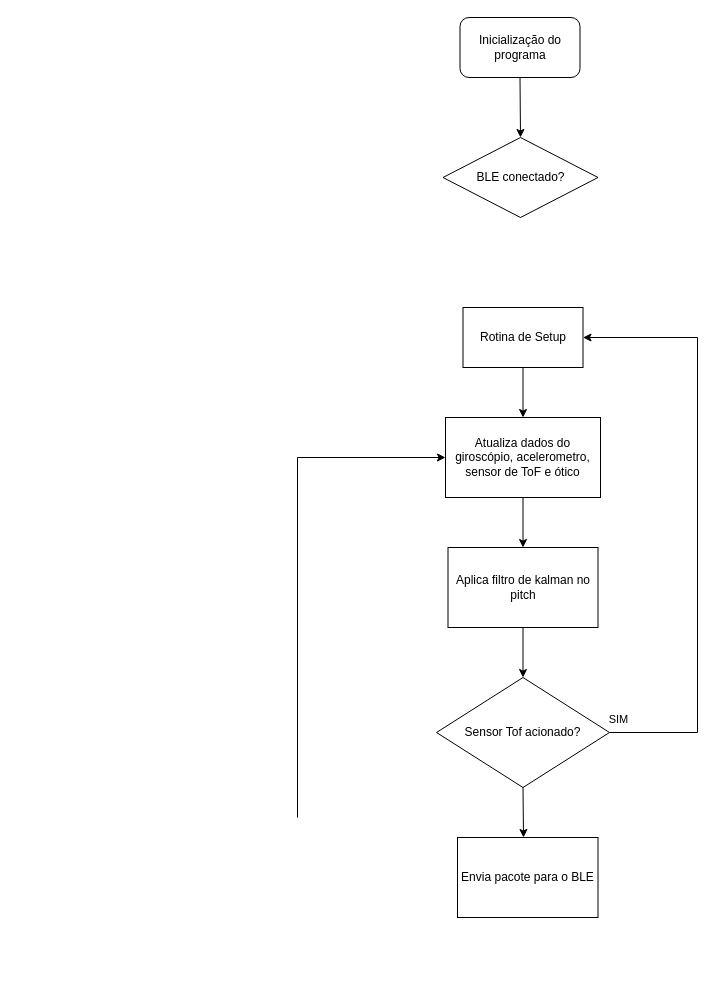
This is fluxograma.drawio from SlinkKnight/TCC, a draw.io file, before an edit. Source tidied: cells renumbered, new cells numbered last; positions are measured from the earlier drawing's top-left corner, leaving out a move shared by most shapes. Both pictures are drawn from the tidied source at 100%, with x=0, y=0 at pixel (297, 17).
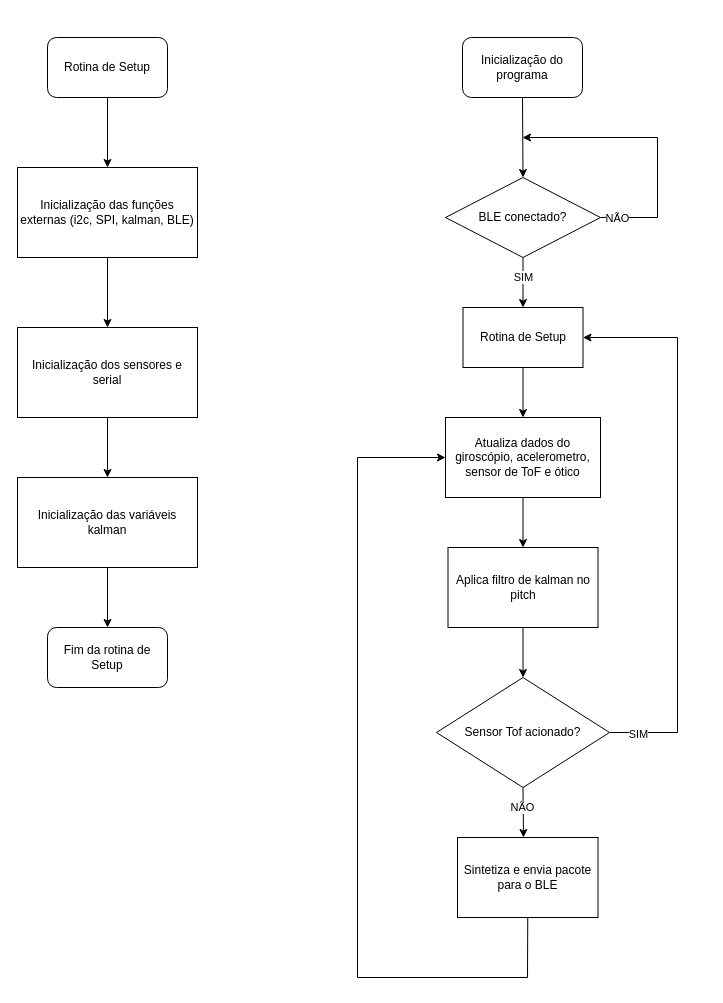
The same diagram, later.

The change refers to these unchanged cells:
```xml
<mxCell id="3" value="Rotina de Setup" style="rounded=0;whiteSpace=wrap;html=1;labelBackgroundColor=none;" parent="1" vertex="1">
  <mxGeometry x="165.5" y="290" width="120" height="60" as="geometry" />
</mxCell>
<mxCell id="5" value="&lt;div&gt;Atualiza dados do giroscópio, acelerometro, sensor de ToF e ótico&lt;/div&gt;" style="rounded=0;whiteSpace=wrap;html=1;labelBackgroundColor=none;" parent="1" vertex="1">
  <mxGeometry x="148" y="400" width="155" height="80" as="geometry" />
</mxCell>
<mxCell id="10" value="Sensor Tof acionado?" style="rhombus;whiteSpace=wrap;html=1;labelBackgroundColor=none;" parent="1" vertex="1">
  <mxGeometry x="139" y="660" width="173" height="110" as="geometry" />
</mxCell>
```

Change to the diagram source:
```diff
@@
     <mxCell id="2" value="Inicialização do programa" style="rounded=1;whiteSpace=wrap;html=1;labelBackgroundColor=none;" parent="1" vertex="1">
-      <mxGeometry x="162.5" width="120" height="60" as="geometry" />
+      <mxGeometry x="165" y="20" width="120" height="60" as="geometry" />
     </mxCell>
@@
-    <mxCell id="4" style="endArrow=classic;html=1;rounded=0;exitX=0.5;exitY=1;exitDx=0;exitDy=0;labelBackgroundColor=none;fontColor=default;entryX=0.5;entryY=0;entryDx=0;entryDy=0;" parent="1" edge="1" source="2" target="16">
-      <mxGeometry relative="1" as="geometry" />
-    </mxCell>
@@
-    <mxCell id="11" style="endArrow=classic;html=1;rounded=0;entryX=0;entryY=0.5;entryDx=0;entryDy=0;labelBackgroundColor=none;fontColor=default;" parent="1" edge="1" target="5">
+    <mxCell id="11" style="endArrow=classic;html=1;rounded=0;entryX=0;entryY=0.5;entryDx=0;entryDy=0;labelBackgroundColor=none;fontColor=default;exitX=0.5;exitY=1;exitDx=0;exitDy=0;" parent="1" edge="1" source="15" target="5">
       <mxGeometry relative="1" as="geometry">
-        <mxPoint y="800" as="sourcePoint" />
         <Array as="points">
-          <mxPoint y="440" />
+          <mxPoint x="230" y="960" />
+          <mxPoint x="60" y="960" />
+          <mxPoint x="60" y="440" />
         </Array>
       </mxGeometry>
     </mxCell>
     <mxCell id="12" style="endArrow=classic;html=1;rounded=0;exitX=1;exitY=0.5;exitDx=0;exitDy=0;labelBackgroundColor=none;fontColor=default;entryX=1;entryY=0.5;entryDx=0;entryDy=0;" parent="1" edge="1" source="10" target="3">
       <mxGeometry relative="1" as="geometry">
         <Array as="points">
-          <mxPoint x="400" y="715" />
-          <mxPoint x="400" y="320" />
+          <mxPoint x="380" y="715" />
+          <mxPoint x="380" y="320" />
         </Array>
       </mxGeometry>
     </mxCell>
-    <mxCell id="13" value="SIM" style="edgeLabel;html=1;align=center;verticalAlign=middle;labelBackgroundColor=none;" parent="12" vertex="1">
+    <mxCell id="13" value="SIM" style="edgeLabel;html=1;align=center;verticalAlign=middle;" parent="12" vertex="1">
       <mxGeometry x="0.26" y="-3" relative="1" as="geometry">
-        <mxPoint x="-83" y="274" as="offset" />
+        <mxPoint x="-43" y="284" as="offset" />
       </mxGeometry>
     </mxCell>
-    <mxCell id="14" style="endArrow=classic;html=1;rounded=0;exitX=0.5;exitY=1;exitDx=0;exitDy=0;" parent="1" edge="1" source="10">
+    <mxCell id="14" style="endArrow=classic;html=1;rounded=0;exitX=0.5;exitY=1;exitDx=0;exitDy=0;labelBackgroundColor=none;fontColor=default;" parent="1" edge="1" source="10">
       <mxGeometry relative="1" as="geometry">
         <mxPoint x="226" y="820" as="targetPoint" />
       </mxGeometry>
     </mxCell>
+    <mxCell id="17" value="NÃO" style="edgeLabel;html=1;align=center;verticalAlign=middle;" parent="14" vertex="1">
+      <mxGeometry x="-0.56" y="2" relative="1" as="geometry">
+        <mxPoint x="-3" y="9" as="offset" />
+      </mxGeometry>
+    </mxCell>
-    <mxCell id="15" value="Envia pacote para o BLE" style="rounded=0;whiteSpace=wrap;html=1;" parent="1" vertex="1">
+    <mxCell id="15" value="Sintetiza e envia pacote para o BLE" style="rounded=0;whiteSpace=wrap;html=1;labelBackgroundColor=none;" parent="1" vertex="1">
       <mxGeometry x="160" y="820" width="140.5" height="80" as="geometry" />
     </mxCell>
-    <mxCell id="16" value="&lt;span&gt;BLE conectado?&lt;/span&gt;" style="rhombus;whiteSpace=wrap;html=1;fontStyle=0;" parent="1" vertex="1">
-      <mxGeometry x="145.5" y="120" width="155" height="80" as="geometry" />
+    <mxCell id="16" value="&lt;span&gt;BLE conectado?&lt;/span&gt;" style="rhombus;whiteSpace=wrap;html=1;fontStyle=0;labelBackgroundColor=none;" parent="1" vertex="1">
+      <mxGeometry x="148" y="160" width="155" height="80" as="geometry" />
     </mxCell>
+    <mxCell id="18" style="endArrow=classic;html=1;rounded=0;exitX=0.5;exitY=1;exitDx=0;exitDy=0;entryX=0.5;entryY=0;entryDx=0;entryDy=0;labelBackgroundColor=none;fontColor=default;" parent="1" edge="1" source="16" target="3">
+      <mxGeometry relative="1" as="geometry" />
+    </mxCell>
+    <mxCell id="19" value="SIM" style="edgeLabel;html=1;align=center;verticalAlign=middle;" parent="18" vertex="1">
+      <mxGeometry x="-0.23" relative="1" as="geometry" />
+    </mxCell>
+    <mxCell id="4" style="endArrow=classic;html=1;rounded=0;exitX=0.5;exitY=1;exitDx=0;exitDy=0;entryX=0.5;entryY=0;entryDx=0;entryDy=0;labelBackgroundColor=none;fontColor=default;" parent="1" edge="1" source="2" target="16">
+      <mxGeometry relative="1" as="geometry" />
+    </mxCell>
+    <mxCell id="20" style="endArrow=classic;html=1;rounded=0;exitX=1;exitY=0.5;exitDx=0;exitDy=0;labelBackgroundColor=none;fontColor=default;" parent="1" edge="1" source="16">
+      <mxGeometry relative="1" as="geometry">
+        <mxPoint x="225" y="120" as="targetPoint" />
+        <Array as="points">
+          <mxPoint x="360" y="200" />
+          <mxPoint x="360" y="120" />
+        </Array>
+      </mxGeometry>
+    </mxCell>
+    <mxCell id="21" value="NÃO" style="edgeLabel;html=1;align=center;verticalAlign=middle;" parent="20" vertex="1">
+      <mxGeometry x="-0.83" y="-1" relative="1" as="geometry">
+        <mxPoint x="-7" y="-1" as="offset" />
+      </mxGeometry>
+    </mxCell>
+    <mxCell id="22" value="Rotina de Setup" style="rounded=1;whiteSpace=wrap;html=1;labelBackgroundColor=none;" parent="1" vertex="1">
+      <mxGeometry x="-250" y="20" width="120" height="60" as="geometry" />
+    </mxCell>
+    <mxCell id="23" style="endArrow=classic;html=1;rounded=0;exitX=0.5;exitY=1;exitDx=0;exitDy=0;labelBackgroundColor=none;fontColor=default;" parent="1" edge="1" source="22">
+      <mxGeometry relative="1" as="geometry">
+        <mxPoint x="-190" y="150" as="targetPoint" />
+      </mxGeometry>
+    </mxCell>
+    <mxCell id="24" value="Inicialização das funções externas (i2c, SPI, kalman, BLE)" style="rounded=0;whiteSpace=wrap;html=1;labelBackgroundColor=none;" parent="1" vertex="1">
+      <mxGeometry x="-280" y="150" width="180" height="90" as="geometry" />
+    </mxCell>
+    <mxCell id="25" value="Inicialização dos sensores e serial" style="rounded=0;whiteSpace=wrap;html=1;labelBackgroundColor=none;" parent="1" vertex="1">
+      <mxGeometry x="-280" y="310" width="180" height="90" as="geometry" />
+    </mxCell>
+    <mxCell id="26" style="endArrow=classic;html=1;rounded=0;exitX=0.5;exitY=1;exitDx=0;exitDy=0;entryX=0.5;entryY=0;entryDx=0;entryDy=0;labelBackgroundColor=none;fontColor=default;" parent="1" edge="1" source="24" target="25">
+      <mxGeometry relative="1" as="geometry" />
+    </mxCell>
+    <mxCell id="27" value="Inicialização das variáveis kalman" style="rounded=0;whiteSpace=wrap;html=1;labelBackgroundColor=none;" parent="1" vertex="1">
+      <mxGeometry x="-280" y="460" width="180" height="90" as="geometry" />
+    </mxCell>
+    <mxCell id="28" style="endArrow=classic;html=1;rounded=0;exitX=0.5;exitY=1;exitDx=0;exitDy=0;labelBackgroundColor=none;fontColor=default;" parent="1" edge="1" source="25" target="27">
+      <mxGeometry relative="1" as="geometry" />
+    </mxCell>
+    <mxCell id="29" value="Fim da rotina de Setup" style="rounded=1;whiteSpace=wrap;html=1;labelBackgroundColor=none;" parent="1" vertex="1">
+      <mxGeometry x="-250" y="610" width="120" height="60" as="geometry" />
+    </mxCell>
+    <mxCell id="30" style="endArrow=classic;html=1;rounded=0;exitX=0.5;exitY=1;exitDx=0;exitDy=0;entryX=0.5;entryY=0;entryDx=0;entryDy=0;labelBackgroundColor=none;fontColor=default;" parent="1" edge="1" source="27" target="29">
+      <mxGeometry relative="1" as="geometry" />
+    </mxCell>
```
